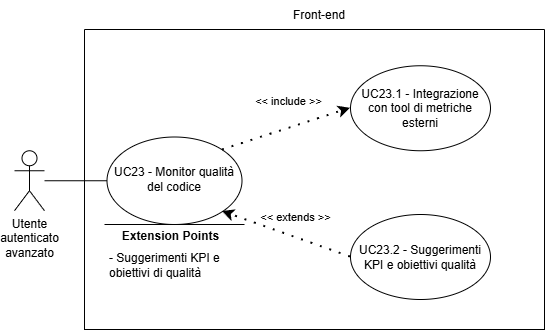
This is assets/diagrams/UC23.png from SkarabGroup/DocumentazioneProgetto, a draw.io export, as it was before one commit. Source tidied: cells renumbered, new cells last; positions are measured from the earlier drawing's top-left corner, leaving out a move shared by most shapes.
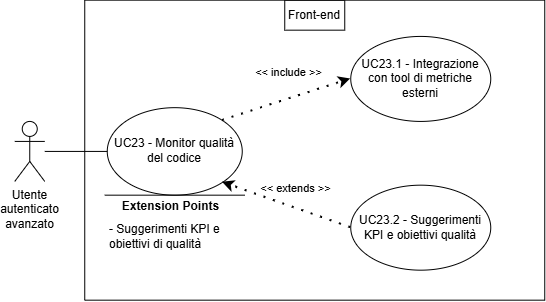
The same file after the commit.

What changed in the source:
```diff
@@ -2,61 +2,61 @@
   <root>
     <mxCell id="0" />
     <mxCell id="1" parent="0" />
-    <mxCell id="2" style="endArrow=classic;html=1;rounded=0;" parent="1" edge="1">
-      <mxGeometry relative="1" as="geometry">
-        <mxPoint x="24" y="215" as="sourcePoint" />
-        <mxPoint x="24" y="215" as="targetPoint" />
-      </mxGeometry>
-    </mxCell>
-    <mxCell id="3" style="swimlane;startSize=0;" parent="1" vertex="1">
-      <mxGeometry x="70" y="29" width="460" height="300" as="geometry" />
-    </mxCell>
+    <mxCell id="18" style="endArrow=classic;html=1;rounded=0;" parent="1" edge="1">
+      <mxGeometry relative="1" as="geometry">
+        <mxPoint x="11.3" y="748.7" as="sourcePoint" />
+        <mxPoint x="11.3" y="748.7" as="targetPoint" />
+      </mxGeometry>
+    </mxCell>
+    <mxCell id="19" style="swimlane;startSize=0;" parent="1" vertex="1">
+      <mxGeometry x="57.3" y="562.7" width="460" height="300" as="geometry" />
+    </mxCell>
-    <mxCell id="4" value="Utente&lt;div&gt;autenticato&lt;/div&gt;&lt;div&gt;avanzato&lt;/div&gt;" style="shape=umlActor;verticalLabelPosition=bottom;verticalAlign=top;html=1;outlineConnect=0;align=center;" parent="3" vertex="1">
+    <mxCell id="4" value="Utente&lt;div&gt;autenticato&lt;/div&gt;&lt;div&gt;avanzato&lt;/div&gt;" style="shape=umlActor;verticalLabelPosition=bottom;verticalAlign=top;html=1;outlineConnect=0;align=center;" parent="19" vertex="1">
       <mxGeometry x="-70" y="121.2" width="30" height="60" as="geometry" />
     </mxCell>
-    <mxCell id="5" style="ellipse;whiteSpace=wrap;html=1;" parent="3" vertex="1">
+    <mxCell id="5" style="ellipse;whiteSpace=wrap;html=1;" parent="19" vertex="1">
       <mxGeometry x="22.5" y="107.5" width="135" height="87.5" as="geometry" />
     </mxCell>
-    <mxCell id="6" style="endArrow=none;html=1;rounded=0;entryX=0;entryY=0.5;entryDx=0;entryDy=0;" parent="3" edge="1" source="4" target="5">
+    <mxCell id="6" style="endArrow=none;html=1;rounded=0;entryX=0;entryY=0.5;entryDx=0;entryDy=0;" parent="19" edge="1" source="4" target="5">
       <mxGeometry relative="1" as="geometry" />
     </mxCell>
-    <mxCell id="7" style="endArrow=none;html=1;rounded=0;" parent="3" edge="1">
-      <mxGeometry relative="1" as="geometry">
-        <mxPoint x="20" y="195" as="sourcePoint" />
-        <mxPoint x="160" y="195" as="targetPoint" />
-      </mxGeometry>
-    </mxCell>
+    <mxCell id="20" style="endArrow=none;html=1;rounded=0;" parent="19" edge="1">
+      <mxGeometry relative="1" as="geometry">
+        <mxPoint x="20" y="195" as="sourcePoint" />
+        <mxPoint x="160" y="195" as="targetPoint" />
+      </mxGeometry>
+    </mxCell>
-    <mxCell id="8" value="&lt;b&gt;&lt;font style=&quot;font-size: 12px;&quot;&gt;Extension Points&lt;/font&gt;&lt;/b&gt;" style="edgeLabel;html=1;align=center;verticalAlign=middle;" parent="7" vertex="1">
+    <mxCell id="8" value="&lt;b&gt;&lt;font style=&quot;font-size: 12px;&quot;&gt;Extension Points&lt;/font&gt;&lt;/b&gt;" style="edgeLabel;html=1;align=center;verticalAlign=middle;" parent="20" vertex="1">
       <mxGeometry x="0.65" relative="1" as="geometry">
         <mxPoint x="-50" y="11" as="offset" />
       </mxGeometry>
     </mxCell>
-    <mxCell id="9" value="- Suggerimenti KPI e obiettivi di qualità" style="text;html=1;align=left;verticalAlign=middle;whiteSpace=wrap;rounded=0;" parent="3" vertex="1">
+    <mxCell id="9" value="- Suggerimenti KPI e obiettivi di qualità" style="text;html=1;align=left;verticalAlign=middle;whiteSpace=wrap;rounded=0;" parent="19" vertex="1">
       <mxGeometry x="22.5" y="221" width="137.5" height="30" as="geometry" />
     </mxCell>
-    <mxCell id="10" style="ellipse;whiteSpace=wrap;html=1;" parent="3" vertex="1">
+    <mxCell id="10" style="ellipse;whiteSpace=wrap;html=1;" parent="19" vertex="1">
       <mxGeometry x="266" y="36.2" width="140" height="85" as="geometry" />
     </mxCell>
-    <mxCell id="11" value="UC23.1 - Integrazione con tool di metriche esterni" style="text;html=1;align=center;verticalAlign=middle;whiteSpace=wrap;rounded=0;" parent="3" vertex="1">
+    <mxCell id="11" value="UC23.1 - Integrazione con tool di metriche esterni" style="text;html=1;align=center;verticalAlign=middle;whiteSpace=wrap;rounded=0;" parent="19" vertex="1">
       <mxGeometry x="271" y="43.8" width="130" height="70" as="geometry" />
     </mxCell>
-    <mxCell id="12" value="&amp;lt;&amp;lt; include &amp;gt;&amp;gt;" style="endArrow=classic;startArrow=none;endFill=1;startFill=0;html=1;verticalAlign=bottom;dashed=1;labelBackgroundColor=none;rounded=0;dashPattern=1 4;curved=0;endSize=6;strokeWidth=2;exitX=1;exitY=0;exitDx=0;exitDy=0;entryX=0;entryY=0.5;entryDx=0;entryDy=0;" parent="3" edge="1" source="5" target="10">
+    <mxCell id="12" value="&amp;lt;&amp;lt; include &amp;gt;&amp;gt;" style="endArrow=classic;startArrow=none;endFill=1;startFill=0;html=1;verticalAlign=bottom;dashed=1;labelBackgroundColor=none;rounded=0;dashPattern=1 4;curved=0;endSize=6;strokeWidth=2;exitX=1;exitY=0;exitDx=0;exitDy=0;entryX=0;entryY=0.5;entryDx=0;entryDy=0;" parent="19" edge="1" source="5" target="10">
       <mxGeometry x="0.12" y="17" relative="1" as="geometry" />
     </mxCell>
-    <mxCell id="13" style="ellipse;whiteSpace=wrap;html=1;" parent="3" vertex="1">
+    <mxCell id="13" style="ellipse;whiteSpace=wrap;html=1;" parent="19" vertex="1">
       <mxGeometry x="266" y="185" width="140" height="85" as="geometry" />
     </mxCell>
-    <mxCell id="14" value="UC23.2 - Suggerimenti KPI e obiettivi qualità" style="text;html=1;align=center;verticalAlign=middle;whiteSpace=wrap;rounded=0;" parent="3" vertex="1">
+    <mxCell id="14" value="UC23.2 - Suggerimenti KPI e obiettivi qualità" style="text;html=1;align=center;verticalAlign=middle;whiteSpace=wrap;rounded=0;" parent="19" vertex="1">
       <mxGeometry x="271" y="192.5" width="130" height="70" as="geometry" />
     </mxCell>
-    <mxCell id="15" value="&amp;lt;&amp;lt; extends &amp;gt;&amp;gt;" style="endArrow=classic;startArrow=none;endFill=1;startFill=0;html=1;verticalAlign=bottom;dashed=1;labelBackgroundColor=none;rounded=0;dashPattern=1 4;curved=0;endSize=6;strokeWidth=2;exitX=0;exitY=0.5;exitDx=0;exitDy=0;entryX=1;entryY=1;entryDx=0;entryDy=0;" parent="3" edge="1" source="13" target="5">
+    <mxCell id="15" value="&amp;lt;&amp;lt; extends &amp;gt;&amp;gt;" style="endArrow=classic;startArrow=none;endFill=1;startFill=0;html=1;verticalAlign=bottom;dashed=1;labelBackgroundColor=none;rounded=0;dashPattern=1 4;curved=0;endSize=6;strokeWidth=2;exitX=0;exitY=0.5;exitDx=0;exitDy=0;entryX=1;entryY=1;entryDx=0;entryDy=0;" parent="19" edge="1" source="13" target="5">
       <mxGeometry x="-0.09" y="-10" relative="1" as="geometry" />
     </mxCell>
-    <mxCell id="16" value="&lt;div style=&quot;&quot;&gt;UC23 - Monitor qualità del codice&lt;/div&gt;" style="text;html=1;align=center;verticalAlign=middle;whiteSpace=wrap;rounded=0;" parent="3" vertex="1">
+    <mxCell id="16" value="&lt;div style=&quot;&quot;&gt;UC23 - Monitor qualità del codice&lt;/div&gt;" style="text;html=1;align=center;verticalAlign=middle;whiteSpace=wrap;rounded=0;" parent="19" vertex="1">
       <mxGeometry x="28.1" y="115" width="123.8" height="70" as="geometry" />
     </mxCell>
-    <mxCell id="17" value="Front-end" style="text;html=1;align=center;verticalAlign=middle;whiteSpace=wrap;rounded=0;" parent="1" vertex="1">
-      <mxGeometry x="275" width="60" height="30" as="geometry" />
+    <mxCell id="17" value="Front-end" style="text;html=1;align=center;verticalAlign=middle;whiteSpace=wrap;rounded=0;perimeterSpacing=1;strokeColor=default;" parent="19" vertex="1">
+      <mxGeometry x="200" width="60" height="30" as="geometry" />
     </mxCell>
   </root>
 </mxGraphModel>
```
